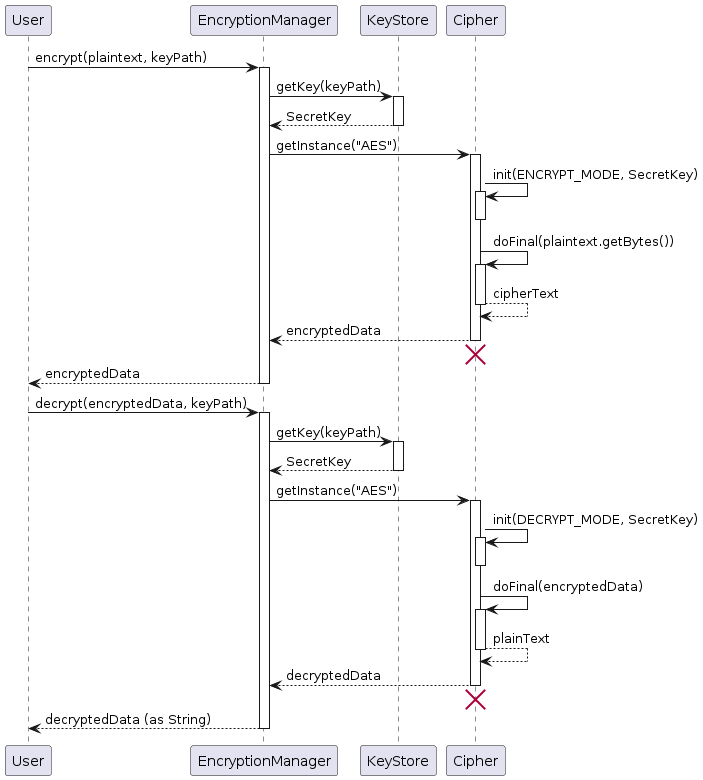
anselmlong/tp keeps this PlantUML diagram as diagrams/EncryptionSequenceDiagram.png. Above is the earlier version. Its source is kept beside it as diagrams/EncryptionSequenceDiagram.puml. The source it was exported from:
```plantuml
@startuml
participant User
participant EncryptionManager
participant KeyStore
participant Cipher

User -> EncryptionManager: encrypt(plaintext, keyPath)
activate EncryptionManager

EncryptionManager -> KeyStore: getKey(keyPath)
activate KeyStore

KeyStore --> EncryptionManager: SecretKey
deactivate KeyStore

EncryptionManager -> Cipher: getInstance("AES")
activate Cipher

Cipher -> Cipher: init(ENCRYPT_MODE, SecretKey)
activate Cipher
deactivate Cipher

Cipher -> Cipher: doFinal(plaintext.getBytes())
activate Cipher
Cipher --> Cipher : cipherText
deactivate
Cipher --> EncryptionManager: encryptedData

deactivate
Cipher --[hidden]->EncryptionManager
destroy Cipher


EncryptionManager --> User: encryptedData
deactivate EncryptionManager

User -> EncryptionManager: decrypt(encryptedData, keyPath)
activate EncryptionManager

EncryptionManager -> KeyStore: getKey(keyPath)
activate KeyStore

KeyStore --> EncryptionManager: SecretKey
deactivate KeyStore

EncryptionManager -> Cipher: getInstance("AES")
activate Cipher

Cipher -> Cipher: init(DECRYPT_MODE, SecretKey)
activate Cipher
deactivate Cipher

Cipher -> Cipher: doFinal(encryptedData)
activate Cipher
Cipher --> Cipher : plainText
deactivate

Cipher --> EncryptionManager: decryptedData
deactivate
Cipher --[hidden]->EncryptionManager
destroy Cipher

EncryptionManager --> User: decryptedData (as String)
deactivate EncryptionManager

@enduml
```
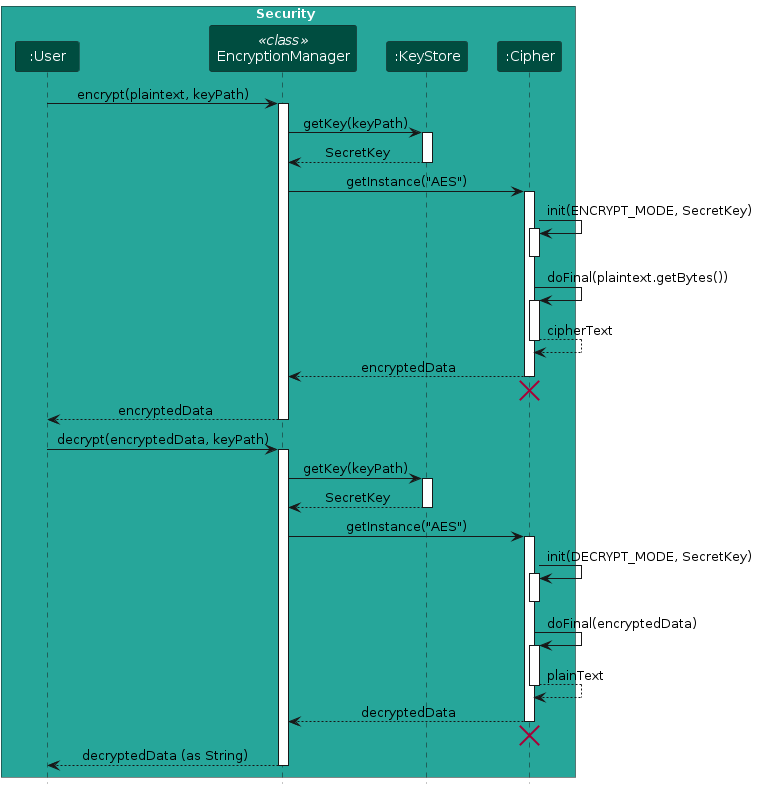
After the commit.

Diff of the diagram source:
```diff
@@ -1,8 +1,12 @@
 @startuml
-participant User
-participant EncryptionManager
-participant KeyStore
-participant Cipher
+!include style.puml
+skinparam ArrowFontStyle plain
+
+box Security SECURITY_COLOR_T1
+participant User as ":User" SECURITY_COLOR
+participant EncryptionManager as EncryptionManager <<class>> SECURITY_COLOR
+participant KeyStore as ":KeyStore" SECURITY_COLOR
+participant Cipher as ":Cipher" SECURITY_COLOR
 
 User -> EncryptionManager: encrypt(plaintext, keyPath)
 activate EncryptionManager
```
